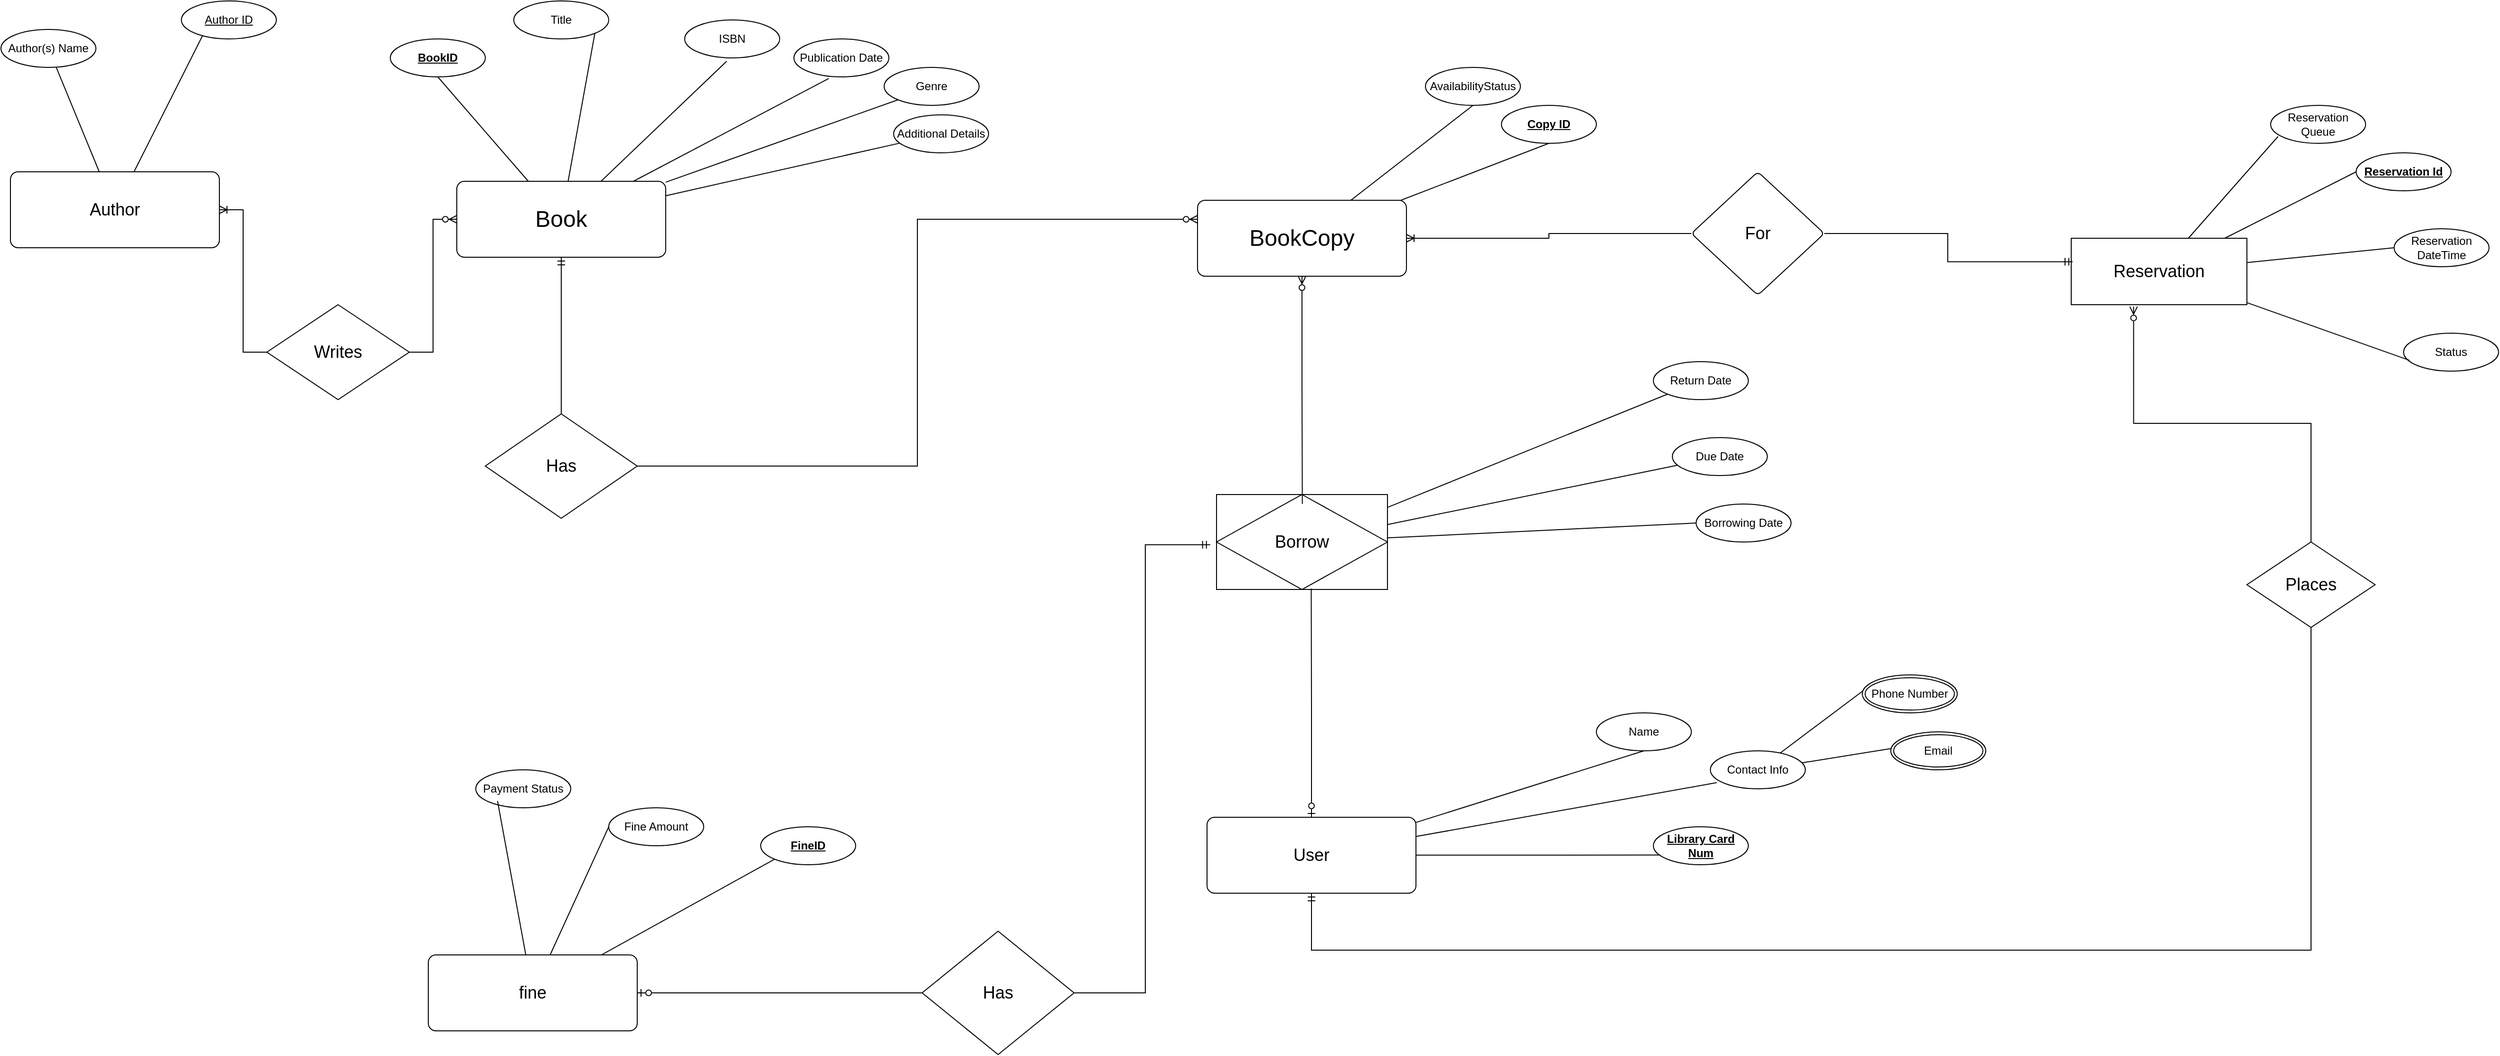
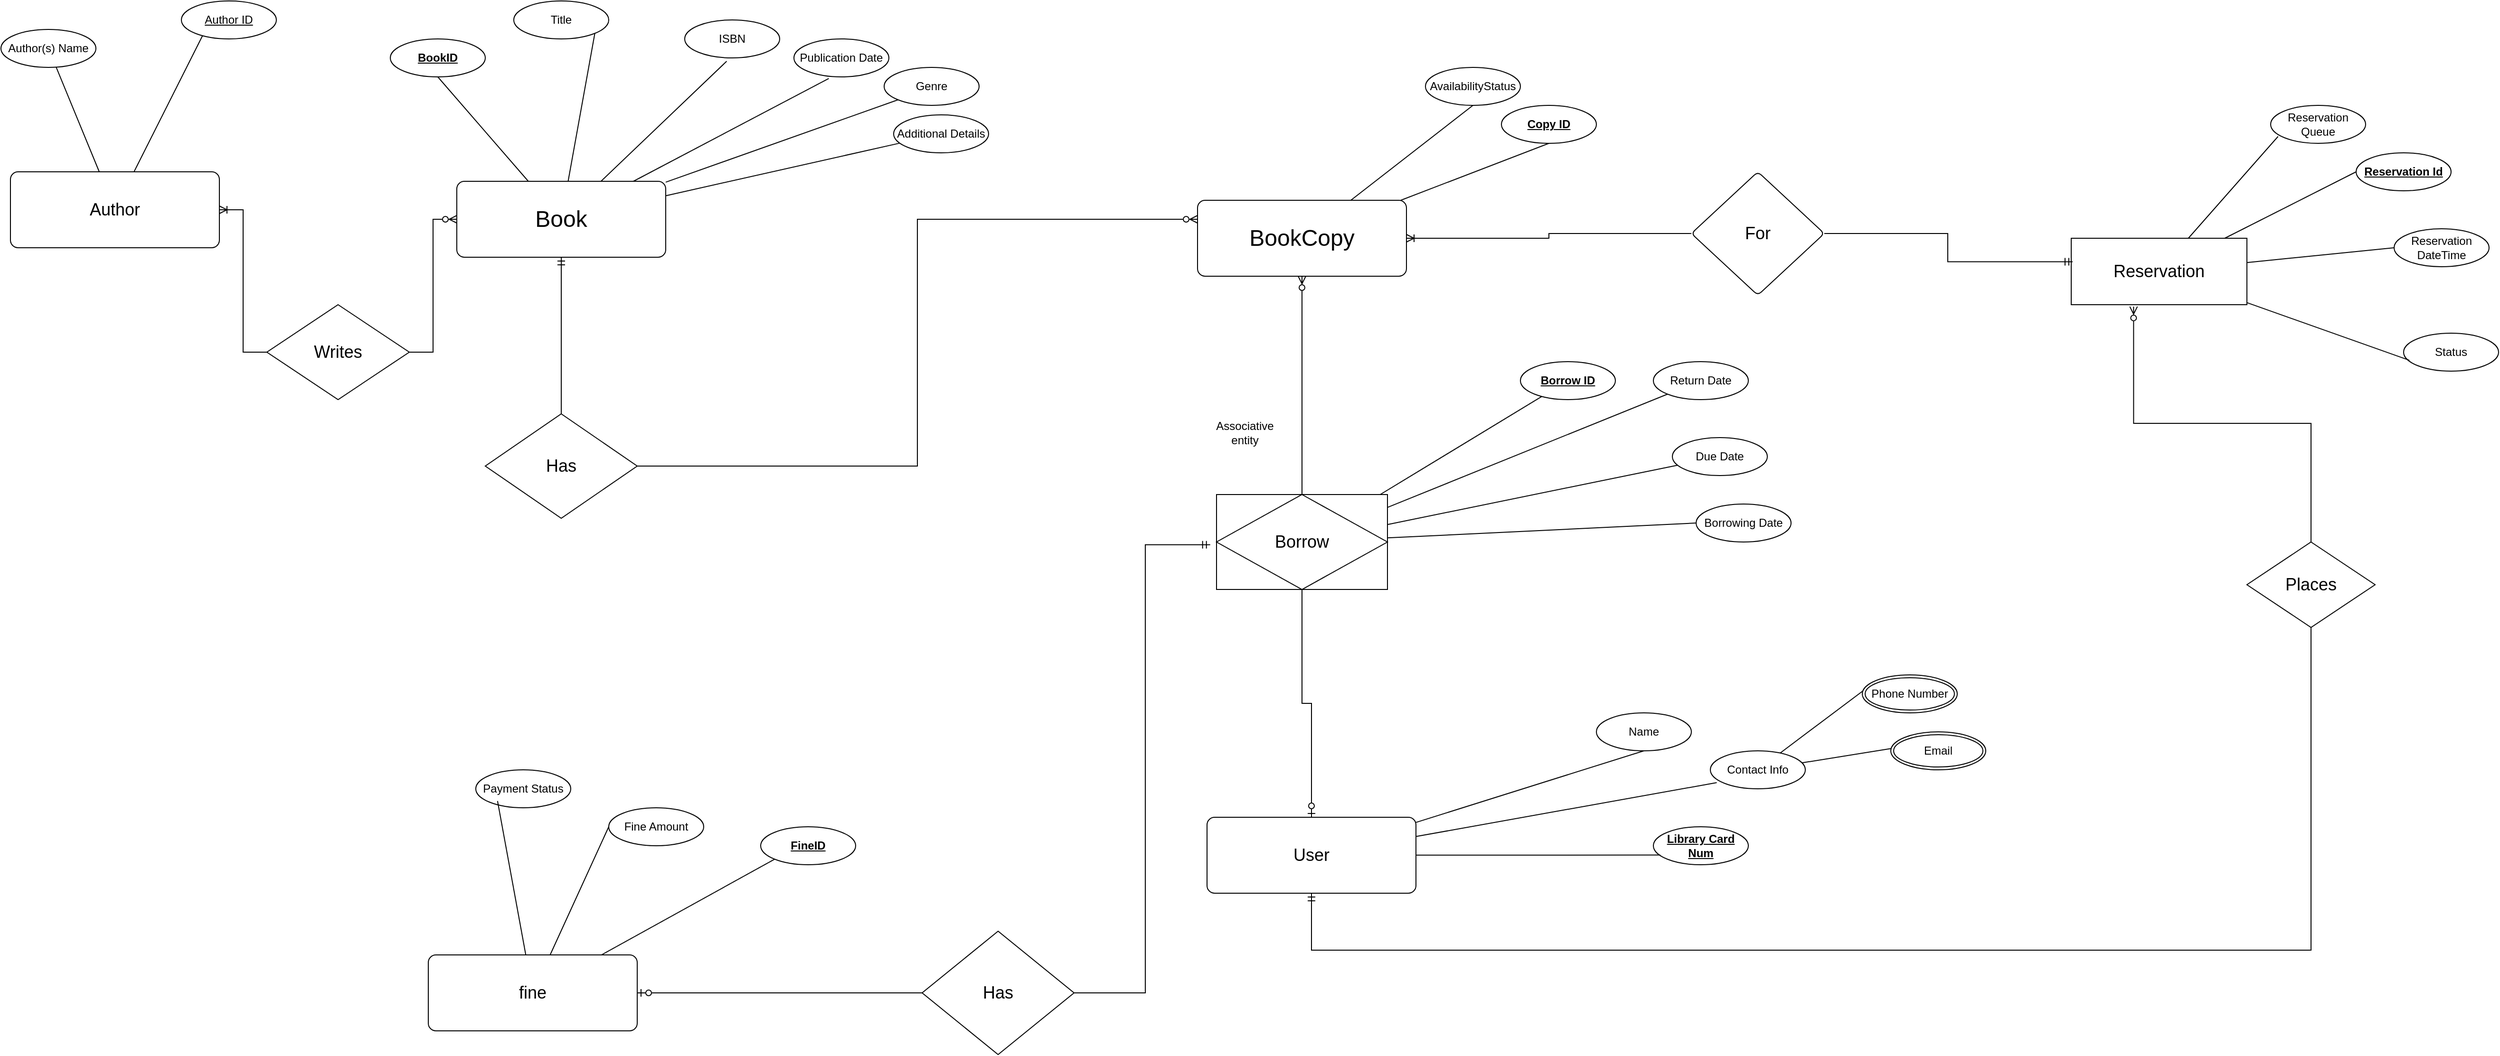
<mxfile host="app.diagrams.net">
  <diagram name="Page-1" id="B9Nwf9ZPLkXmfYra15Gt">
-     <mxGraphModel dx="2069" dy="1680" grid="1" gridSize="10" guides="1" tooltips="1" connect="1" arrows="1" fold="1" page="1" pageScale="1" pageWidth="850" pageHeight="1100" math="0" shadow="0">
+     <mxGraphModel dx="1857" dy="1579" grid="1" gridSize="10" guides="1" tooltips="1" connect="1" arrows="1" fold="1" page="1" pageScale="1" pageWidth="850" pageHeight="1100" math="0" shadow="0">
      <root>
        <mxCell id="0" />
        <mxCell id="1" parent="0" />
        <mxCell id="yqGJgnaFVJ7uCynHO3OM-8" edge="1" parent="1" source="yqGJgnaFVJ7uCynHO3OM-1" style="rounded=0;orthogonalLoop=1;jettySize=auto;html=1;entryX=0.5;entryY=1;entryDx=0;entryDy=0;endArrow=none;endFill=0;" target="yqGJgnaFVJ7uCynHO3OM-7">
          <mxGeometry relative="1" as="geometry" />
        </mxCell>
        <mxCell id="yqGJgnaFVJ7uCynHO3OM-9" edge="1" parent="1" source="yqGJgnaFVJ7uCynHO3OM-1" style="rounded=0;orthogonalLoop=1;jettySize=auto;html=1;entryX=1;entryY=1;entryDx=0;entryDy=0;endArrow=none;endFill=0;" target="yqGJgnaFVJ7uCynHO3OM-6">
          <mxGeometry relative="1" as="geometry" />
        </mxCell>
        <mxCell id="yqGJgnaFVJ7uCynHO3OM-14" edge="1" parent="1" source="yqGJgnaFVJ7uCynHO3OM-1" style="rounded=0;orthogonalLoop=1;jettySize=auto;html=1;entryX=0;entryY=1;entryDx=0;entryDy=0;endArrow=none;endFill=0;" target="yqGJgnaFVJ7uCynHO3OM-5">
          <mxGeometry relative="1" as="geometry" />
        </mxCell>
        <mxCell id="yqGJgnaFVJ7uCynHO3OM-16" edge="1" parent="1" source="yqGJgnaFVJ7uCynHO3OM-1" style="rounded=0;orthogonalLoop=1;jettySize=auto;html=1;endArrow=none;endFill=0;" target="yqGJgnaFVJ7uCynHO3OM-15">
          <mxGeometry relative="1" as="geometry" />
        </mxCell>
        <mxCell id="yqGJgnaFVJ7uCynHO3OM-65" edge="1" parent="1" source="yqGJgnaFVJ7uCynHO3OM-1" style="edgeStyle=orthogonalEdgeStyle;rounded=0;orthogonalLoop=1;jettySize=auto;html=1;startArrow=ERmandOne;startFill=0;endArrow=none;endFill=0;" target="yqGJgnaFVJ7uCynHO3OM-64">
          <mxGeometry relative="1" as="geometry" />
        </mxCell>
        <mxCell id="yqGJgnaFVJ7uCynHO3OM-1" parent="1" style="rounded=1;arcSize=10;whiteSpace=wrap;html=1;align=center;" value="&lt;font style=&quot;font-size: 24px;&quot;&gt;Book&lt;/font&gt;" vertex="1">
          <mxGeometry height="80" width="220" x="-30" y="110" as="geometry" />
        </mxCell>
        <mxCell id="yqGJgnaFVJ7uCynHO3OM-2" parent="1" style="ellipse;whiteSpace=wrap;html=1;align=center;" value="Author(s) Name" vertex="1">
          <mxGeometry height="40" width="100" x="-510" y="-50" as="geometry" />
        </mxCell>
        <mxCell id="yqGJgnaFVJ7uCynHO3OM-3" parent="1" style="ellipse;whiteSpace=wrap;html=1;align=center;" value="ISBN" vertex="1">
          <mxGeometry height="40" width="100" x="210" y="-60" as="geometry" />
        </mxCell>
        <mxCell id="yqGJgnaFVJ7uCynHO3OM-4" parent="1" style="ellipse;whiteSpace=wrap;html=1;align=center;" value="Publication Date" vertex="1">
          <mxGeometry height="40" width="100" x="325" y="-40" as="geometry" />
        </mxCell>
        <mxCell id="yqGJgnaFVJ7uCynHO3OM-5" parent="1" style="ellipse;whiteSpace=wrap;html=1;align=center;" value="Genre" vertex="1">
          <mxGeometry height="40" width="100" x="420" y="-10" as="geometry" />
        </mxCell>
        <mxCell id="yqGJgnaFVJ7uCynHO3OM-6" parent="1" style="ellipse;whiteSpace=wrap;html=1;align=center;" value="Title" vertex="1">
          <mxGeometry height="40" width="100" x="30" y="-80" as="geometry" />
        </mxCell>
        <mxCell id="yqGJgnaFVJ7uCynHO3OM-7" parent="1" style="ellipse;whiteSpace=wrap;html=1;align=center;" value="&lt;b&gt;&lt;u&gt;BookID&lt;/u&gt;&lt;/b&gt;" vertex="1">
          <mxGeometry height="40" width="100" x="-100" y="-40" as="geometry" />
        </mxCell>
        <mxCell id="yqGJgnaFVJ7uCynHO3OM-12" edge="1" parent="1" source="yqGJgnaFVJ7uCynHO3OM-1" style="rounded=0;orthogonalLoop=1;jettySize=auto;html=1;entryX=0.442;entryY=1.088;entryDx=0;entryDy=0;entryPerimeter=0;endArrow=none;endFill=0;" target="yqGJgnaFVJ7uCynHO3OM-3">
          <mxGeometry relative="1" as="geometry" />
        </mxCell>
        <mxCell id="yqGJgnaFVJ7uCynHO3OM-13" edge="1" parent="1" source="yqGJgnaFVJ7uCynHO3OM-1" style="rounded=0;orthogonalLoop=1;jettySize=auto;html=1;entryX=0.367;entryY=1.041;entryDx=0;entryDy=0;entryPerimeter=0;endArrow=none;endFill=0;" target="yqGJgnaFVJ7uCynHO3OM-4">
          <mxGeometry relative="1" as="geometry" />
        </mxCell>
        <mxCell id="yqGJgnaFVJ7uCynHO3OM-15" parent="1" style="ellipse;whiteSpace=wrap;html=1;align=center;" value="&lt;div&gt;Additional Details&lt;/div&gt;" vertex="1">
          <mxGeometry height="40" width="100" x="430" y="40" as="geometry" />
        </mxCell>
        <mxCell id="yqGJgnaFVJ7uCynHO3OM-19" edge="1" parent="1" source="yqGJgnaFVJ7uCynHO3OM-17" style="rounded=0;orthogonalLoop=1;jettySize=auto;html=1;entryX=0.5;entryY=1;entryDx=0;entryDy=0;endArrow=none;endFill=0;" target="yqGJgnaFVJ7uCynHO3OM-18">
          <mxGeometry relative="1" as="geometry" />
        </mxCell>
        <mxCell id="yqGJgnaFVJ7uCynHO3OM-21" edge="1" parent="1" source="yqGJgnaFVJ7uCynHO3OM-17" style="rounded=0;orthogonalLoop=1;jettySize=auto;html=1;entryX=0.5;entryY=1;entryDx=0;entryDy=0;endArrow=none;endFill=0;" target="yqGJgnaFVJ7uCynHO3OM-20">
          <mxGeometry relative="1" as="geometry" />
        </mxCell>
        <mxCell id="yqGJgnaFVJ7uCynHO3OM-77" edge="1" parent="1" source="yqGJgnaFVJ7uCynHO3OM-17" style="edgeStyle=orthogonalEdgeStyle;rounded=0;orthogonalLoop=1;jettySize=auto;html=1;endArrow=none;endFill=0;startArrow=ERoneToMany;startFill=0;" target="yqGJgnaFVJ7uCynHO3OM-76" value="">
          <mxGeometry relative="1" as="geometry" />
        </mxCell>
        <mxCell id="yqGJgnaFVJ7uCynHO3OM-17" parent="1" style="rounded=1;arcSize=10;whiteSpace=wrap;html=1;align=center;" value="&lt;font style=&quot;font-size: 24px;&quot;&gt;BookCopy&lt;/font&gt;" vertex="1">
          <mxGeometry height="80" width="220" x="750" y="130" as="geometry" />
        </mxCell>
        <mxCell id="yqGJgnaFVJ7uCynHO3OM-18" parent="1" style="ellipse;whiteSpace=wrap;html=1;align=center;" value="&lt;u&gt;&lt;b&gt;Copy ID&lt;/b&gt;&lt;/u&gt;" vertex="1">
          <mxGeometry height="40" width="100" x="1070" y="30" as="geometry" />
        </mxCell>
        <mxCell id="yqGJgnaFVJ7uCynHO3OM-20" parent="1" style="ellipse;whiteSpace=wrap;html=1;align=center;" value="&lt;div&gt;AvailabilityStatus &lt;/div&gt;" vertex="1">
          <mxGeometry height="40" width="100" x="990" y="-10" as="geometry" />
        </mxCell>
        <mxCell id="yqGJgnaFVJ7uCynHO3OM-24" edge="1" parent="1" source="yqGJgnaFVJ7uCynHO3OM-22" style="rounded=0;orthogonalLoop=1;jettySize=auto;html=1;entryX=0.5;entryY=1;entryDx=0;entryDy=0;endArrow=none;endFill=0;" target="yqGJgnaFVJ7uCynHO3OM-23">
          <mxGeometry relative="1" as="geometry" />
        </mxCell>
        <mxCell id="yqGJgnaFVJ7uCynHO3OM-62" edge="1" parent="1" source="yqGJgnaFVJ7uCynHO3OM-33" style="edgeStyle=orthogonalEdgeStyle;rounded=0;orthogonalLoop=1;jettySize=auto;html=1;entryX=1;entryY=0.5;entryDx=0;entryDy=0;endArrow=none;endFill=0;startArrow=ERmandOne;startFill=0;exitX=-0.037;exitY=0.529;exitDx=0;exitDy=0;exitPerimeter=0;" target="yqGJgnaFVJ7uCynHO3OM-61">
          <mxGeometry relative="1" as="geometry" />
        </mxCell>
        <mxCell id="yqGJgnaFVJ7uCynHO3OM-90" edge="1" parent="1" source="yqGJgnaFVJ7uCynHO3OM-22" style="edgeStyle=orthogonalEdgeStyle;rounded=0;orthogonalLoop=1;jettySize=auto;html=1;entryX=0.5;entryY=1;entryDx=0;entryDy=0;endArrow=none;endFill=0;startArrow=ERmandOne;startFill=0;" target="yqGJgnaFVJ7uCynHO3OM-89">
          <mxGeometry relative="1" as="geometry">
            <Array as="points">
              <mxPoint x="870" y="920" />
              <mxPoint x="1922.55" y="920" />
            </Array>
          </mxGeometry>
        </mxCell>
        <mxCell id="yqGJgnaFVJ7uCynHO3OM-22" parent="1" style="rounded=1;arcSize=10;whiteSpace=wrap;html=1;align=center;" value="&lt;font style=&quot;font-size: 18px;&quot;&gt;User&lt;/font&gt;" vertex="1">
          <mxGeometry height="80" width="220" x="760" y="780" as="geometry" />
        </mxCell>
        <mxCell id="yqGJgnaFVJ7uCynHO3OM-23" parent="1" style="ellipse;whiteSpace=wrap;html=1;align=center;" value="Name" vertex="1">
          <mxGeometry height="40" width="100" x="1170" y="670" as="geometry" />
        </mxCell>
        <mxCell id="yqGJgnaFVJ7uCynHO3OM-44" edge="1" parent="1" source="yqGJgnaFVJ7uCynHO3OM-26" style="rounded=0;orthogonalLoop=1;jettySize=auto;html=1;endArrow=none;endFill=0;entryX=0.005;entryY=0.425;entryDx=0;entryDy=0;entryPerimeter=0;" target="uUi9bw1wtk8PfAUnjRbH-2" value="">
          <mxGeometry relative="1" as="geometry">
            <mxPoint x="1419.6446614452443" y="658.2676115234988" as="targetPoint" />
          </mxGeometry>
        </mxCell>
        <mxCell id="yqGJgnaFVJ7uCynHO3OM-26" parent="1" style="ellipse;whiteSpace=wrap;html=1;align=center;" value="Contact Info" vertex="1">
          <mxGeometry height="40" width="100" x="1290" y="710" as="geometry" />
        </mxCell>
        <mxCell id="yqGJgnaFVJ7uCynHO3OM-29" edge="1" parent="1" source="yqGJgnaFVJ7uCynHO3OM-22" style="rounded=0;orthogonalLoop=1;jettySize=auto;html=1;entryX=0.067;entryY=0.838;entryDx=0;entryDy=0;entryPerimeter=0;endArrow=none;endFill=0;" target="yqGJgnaFVJ7uCynHO3OM-26">
          <mxGeometry relative="1" as="geometry" />
        </mxCell>
        <mxCell id="yqGJgnaFVJ7uCynHO3OM-30" parent="1" style="ellipse;whiteSpace=wrap;html=1;align=center;" value="&lt;u&gt;&lt;b&gt;Library Card Num&lt;/b&gt;&lt;/u&gt;" vertex="1">
          <mxGeometry height="40" width="100" x="1230" y="790" as="geometry" />
        </mxCell>
        <mxCell id="yqGJgnaFVJ7uCynHO3OM-31" edge="1" parent="1" source="yqGJgnaFVJ7uCynHO3OM-22" style="rounded=0;orthogonalLoop=1;jettySize=auto;html=1;entryX=0.073;entryY=0.744;entryDx=0;entryDy=0;entryPerimeter=0;endArrow=none;endFill=0;" target="yqGJgnaFVJ7uCynHO3OM-30">
          <mxGeometry relative="1" as="geometry" />
        </mxCell>
        <mxCell id="yqGJgnaFVJ7uCynHO3OM-48" edge="1" parent="1" source="yqGJgnaFVJ7uCynHO3OM-33" style="rounded=0;orthogonalLoop=1;jettySize=auto;html=1;endArrow=none;endFill=0;" target="yqGJgnaFVJ7uCynHO3OM-40">
          <mxGeometry relative="1" as="geometry" />
        </mxCell>
        <mxCell id="yqGJgnaFVJ7uCynHO3OM-49" edge="1" parent="1" source="yqGJgnaFVJ7uCynHO3OM-33" style="rounded=0;orthogonalLoop=1;jettySize=auto;html=1;endArrow=none;endFill=0;" target="yqGJgnaFVJ7uCynHO3OM-36">
          <mxGeometry relative="1" as="geometry" />
        </mxCell>
+         <mxCell id="uUi9bw1wtk8PfAUnjRbH-9" edge="1" parent="1" source="yqGJgnaFVJ7uCynHO3OM-33" style="rounded=0;orthogonalLoop=1;jettySize=auto;html=1;endArrow=none;endFill=0;" target="uUi9bw1wtk8PfAUnjRbH-8">
+           <mxGeometry relative="1" as="geometry" />
+         </mxCell>
        <mxCell id="yqGJgnaFVJ7uCynHO3OM-33" parent="1" style="shape=associativeEntity;whiteSpace=wrap;html=1;align=center;" value="&lt;font style=&quot;font-size: 18px;&quot;&gt;Borrow&lt;/font&gt;" vertex="1">
          <mxGeometry height="100" width="180" x="770" y="440" as="geometry" />
        </mxCell>
        <mxCell id="yqGJgnaFVJ7uCynHO3OM-36" parent="1" style="ellipse;whiteSpace=wrap;html=1;align=center;" value="Return Date" vertex="1">
          <mxGeometry height="40" width="100" x="1230" y="300" as="geometry" />
        </mxCell>
        <mxCell id="yqGJgnaFVJ7uCynHO3OM-39" parent="1" style="ellipse;whiteSpace=wrap;html=1;align=center;" value="Borrowing Date" vertex="1">
          <mxGeometry height="40" width="100" x="1275" y="450" as="geometry" />
        </mxCell>
        <mxCell id="yqGJgnaFVJ7uCynHO3OM-40" parent="1" style="ellipse;whiteSpace=wrap;html=1;align=center;" value="Due Date" vertex="1">
          <mxGeometry height="40" width="100" x="1250" y="380" as="geometry" />
        </mxCell>
        <mxCell id="yqGJgnaFVJ7uCynHO3OM-46" edge="1" parent="1" source="yqGJgnaFVJ7uCynHO3OM-26" style="rounded=0;orthogonalLoop=1;jettySize=auto;html=1;entryX=0.063;entryY=0.415;entryDx=0;entryDy=0;entryPerimeter=0;endArrow=none;endFill=0;" target="uUi9bw1wtk8PfAUnjRbH-1">
          <mxGeometry relative="1" as="geometry">
            <mxPoint x="1509.1999999999998" y="696.6399999999999" as="targetPoint" />
          </mxGeometry>
        </mxCell>
        <mxCell id="yqGJgnaFVJ7uCynHO3OM-47" edge="1" parent="1" source="yqGJgnaFVJ7uCynHO3OM-33" style="rounded=0;orthogonalLoop=1;jettySize=auto;html=1;entryX=0;entryY=0.5;entryDx=0;entryDy=0;endArrow=none;endFill=0;" target="yqGJgnaFVJ7uCynHO3OM-39">
          <mxGeometry relative="1" as="geometry" />
        </mxCell>
        <mxCell id="yqGJgnaFVJ7uCynHO3OM-54" edge="1" parent="1" source="yqGJgnaFVJ7uCynHO3OM-50" style="rounded=0;orthogonalLoop=1;jettySize=auto;html=1;entryX=0;entryY=0.5;entryDx=0;entryDy=0;endArrow=none;endFill=0;" target="yqGJgnaFVJ7uCynHO3OM-53">
          <mxGeometry relative="1" as="geometry" />
        </mxCell>
        <mxCell id="yqGJgnaFVJ7uCynHO3OM-87" edge="1" parent="1" source="yqGJgnaFVJ7uCynHO3OM-50" style="rounded=0;orthogonalLoop=1;jettySize=auto;html=1;entryX=0;entryY=1;entryDx=0;entryDy=0;endArrow=none;endFill=0;" target="yqGJgnaFVJ7uCynHO3OM-86">
          <mxGeometry relative="1" as="geometry" />
        </mxCell>
        <mxCell id="yqGJgnaFVJ7uCynHO3OM-50" parent="1" style="rounded=1;arcSize=10;whiteSpace=wrap;html=1;align=center;" value="&lt;font style=&quot;font-size: 18px;&quot;&gt;fine&lt;/font&gt;" vertex="1">
          <mxGeometry height="80" width="220" x="-60" y="925" as="geometry" />
        </mxCell>
        <mxCell id="yqGJgnaFVJ7uCynHO3OM-51" parent="1" style="ellipse;whiteSpace=wrap;html=1;align=center;" value="Payment Status" vertex="1">
          <mxGeometry height="40" width="100" x="-10" y="730" as="geometry" />
        </mxCell>
        <mxCell id="yqGJgnaFVJ7uCynHO3OM-52" edge="1" parent="1" source="yqGJgnaFVJ7uCynHO3OM-50" style="rounded=0;orthogonalLoop=1;jettySize=auto;html=1;entryX=0.229;entryY=0.822;entryDx=0;entryDy=0;entryPerimeter=0;endArrow=none;endFill=0;" target="yqGJgnaFVJ7uCynHO3OM-51">
          <mxGeometry relative="1" as="geometry" />
        </mxCell>
        <mxCell id="yqGJgnaFVJ7uCynHO3OM-53" parent="1" style="ellipse;whiteSpace=wrap;html=1;align=center;" value="Fine Amount" vertex="1">
          <mxGeometry height="40" width="100" x="130" y="770" as="geometry" />
        </mxCell>
-         <mxCell id="yqGJgnaFVJ7uCynHO3OM-57" edge="1" parent="1" source="yqGJgnaFVJ7uCynHO3OM-22" style="edgeStyle=orthogonalEdgeStyle;rounded=0;orthogonalLoop=1;jettySize=auto;html=1;entryX=0.554;entryY=0.991;entryDx=0;entryDy=0;entryPerimeter=0;endArrow=none;endFill=0;startArrow=ERzeroToOne;startFill=0;" target="yqGJgnaFVJ7uCynHO3OM-33">
-           <mxGeometry relative="1" as="geometry" />
-         </mxCell>
-         <mxCell id="yqGJgnaFVJ7uCynHO3OM-59" edge="1" parent="1" source="yqGJgnaFVJ7uCynHO3OM-17" style="edgeStyle=orthogonalEdgeStyle;rounded=0;orthogonalLoop=1;jettySize=auto;html=1;entryX=0.502;entryY=0.099;entryDx=0;entryDy=0;entryPerimeter=0;endArrow=none;endFill=0;startArrow=ERzeroToMany;startFill=0;" target="yqGJgnaFVJ7uCynHO3OM-33">
+         <mxCell id="yqGJgnaFVJ7uCynHO3OM-57" edge="1" parent="1" source="yqGJgnaFVJ7uCynHO3OM-22" style="edgeStyle=orthogonalEdgeStyle;rounded=0;orthogonalLoop=1;jettySize=auto;html=1;entryX=0.5;entryY=1;entryDx=0;entryDy=0;endArrow=none;endFill=0;startArrow=ERzeroToOne;startFill=0;" target="yqGJgnaFVJ7uCynHO3OM-33">
+           <mxGeometry relative="1" as="geometry" />
+         </mxCell>
+         <mxCell id="yqGJgnaFVJ7uCynHO3OM-59" edge="1" parent="1" source="yqGJgnaFVJ7uCynHO3OM-17" style="edgeStyle=orthogonalEdgeStyle;rounded=0;orthogonalLoop=1;jettySize=auto;html=1;entryX=0.5;entryY=0;entryDx=0;entryDy=0;endArrow=none;endFill=0;startArrow=ERzeroToMany;startFill=0;" target="yqGJgnaFVJ7uCynHO3OM-33">
          <mxGeometry relative="1" as="geometry" />
        </mxCell>
        <mxCell id="yqGJgnaFVJ7uCynHO3OM-63" edge="1" parent="1" source="yqGJgnaFVJ7uCynHO3OM-61" style="edgeStyle=orthogonalEdgeStyle;rounded=0;orthogonalLoop=1;jettySize=auto;html=1;entryX=1;entryY=0.5;entryDx=0;entryDy=0;endArrow=ERzeroToOne;endFill=0;startArrow=none;startFill=0;" target="yqGJgnaFVJ7uCynHO3OM-50">
          <mxGeometry relative="1" as="geometry" />
        </mxCell>
        <mxCell id="yqGJgnaFVJ7uCynHO3OM-61" parent="1" style="shape=rhombus;perimeter=rhombusPerimeter;whiteSpace=wrap;html=1;align=center;" value="&lt;font style=&quot;font-size: 18px;&quot;&gt;Has&lt;/font&gt;" vertex="1">
          <mxGeometry height="130" width="160" x="460" y="900" as="geometry" />
        </mxCell>
        <mxCell id="yqGJgnaFVJ7uCynHO3OM-66" edge="1" parent="1" source="yqGJgnaFVJ7uCynHO3OM-64" style="edgeStyle=orthogonalEdgeStyle;rounded=0;orthogonalLoop=1;jettySize=auto;html=1;entryX=0;entryY=0.25;entryDx=0;entryDy=0;endArrow=ERzeroToMany;endFill=0;" target="yqGJgnaFVJ7uCynHO3OM-17">
          <mxGeometry relative="1" as="geometry" />
        </mxCell>
        <mxCell id="yqGJgnaFVJ7uCynHO3OM-64" parent="1" style="shape=rhombus;perimeter=rhombusPerimeter;whiteSpace=wrap;html=1;align=center;" value="&lt;font style=&quot;font-size: 18px;&quot;&gt;Has&lt;/font&gt;" vertex="1">
          <mxGeometry height="110" width="160" y="355" as="geometry" />
        </mxCell>
        <mxCell id="yqGJgnaFVJ7uCynHO3OM-70" edge="1" parent="1" source="yqGJgnaFVJ7uCynHO3OM-68" style="rounded=0;orthogonalLoop=1;jettySize=auto;html=1;entryX=0;entryY=0.5;entryDx=0;entryDy=0;endArrow=none;endFill=0;" target="yqGJgnaFVJ7uCynHO3OM-69">
          <mxGeometry relative="1" as="geometry" />
        </mxCell>
        <mxCell id="yqGJgnaFVJ7uCynHO3OM-68" parent="1" style="whiteSpace=wrap;html=1;" value="&lt;font style=&quot;font-size: 18px;&quot;&gt;Reservation&lt;/font&gt;" vertex="1">
          <mxGeometry height="70" width="185" x="1670" y="170" as="geometry" />
        </mxCell>
        <mxCell id="yqGJgnaFVJ7uCynHO3OM-69" parent="1" style="ellipse;whiteSpace=wrap;html=1;align=center;" value="&lt;b&gt;&lt;u&gt;Reservation Id&lt;/u&gt;&lt;/b&gt;" vertex="1">
          <mxGeometry height="40" width="100" x="1970" y="80" as="geometry" />
        </mxCell>
        <mxCell id="yqGJgnaFVJ7uCynHO3OM-71" parent="1" style="ellipse;whiteSpace=wrap;html=1;align=center;" value="Reservation DateTime" vertex="1">
          <mxGeometry height="40" width="100" x="2010" y="160" as="geometry" />
        </mxCell>
        <mxCell id="yqGJgnaFVJ7uCynHO3OM-72" edge="1" parent="1" source="yqGJgnaFVJ7uCynHO3OM-68" style="rounded=0;orthogonalLoop=1;jettySize=auto;html=1;entryX=0;entryY=0.5;entryDx=0;entryDy=0;endArrow=none;endFill=0;" target="yqGJgnaFVJ7uCynHO3OM-71">
          <mxGeometry relative="1" as="geometry" />
        </mxCell>
        <mxCell id="yqGJgnaFVJ7uCynHO3OM-74" parent="1" style="ellipse;whiteSpace=wrap;html=1;align=center;" value="Status" vertex="1">
          <mxGeometry height="40" width="100" x="2020" y="270" as="geometry" />
        </mxCell>
        <mxCell id="yqGJgnaFVJ7uCynHO3OM-75" edge="1" parent="1" source="yqGJgnaFVJ7uCynHO3OM-68" style="rounded=0;orthogonalLoop=1;jettySize=auto;html=1;entryX=0.061;entryY=0.714;entryDx=0;entryDy=0;entryPerimeter=0;endArrow=none;endFill=0;" target="yqGJgnaFVJ7uCynHO3OM-74">
          <mxGeometry relative="1" as="geometry" />
        </mxCell>
        <mxCell id="yqGJgnaFVJ7uCynHO3OM-76" parent="1" style="rhombus;whiteSpace=wrap;html=1;rounded=1;arcSize=10;" value="&lt;font style=&quot;font-size: 18px;&quot;&gt;For&lt;/font&gt;" vertex="1">
          <mxGeometry height="130" width="140" x="1270" y="100" as="geometry" />
        </mxCell>
        <mxCell id="yqGJgnaFVJ7uCynHO3OM-78" edge="1" parent="1" source="yqGJgnaFVJ7uCynHO3OM-76" style="edgeStyle=orthogonalEdgeStyle;rounded=0;orthogonalLoop=1;jettySize=auto;html=1;entryX=0.008;entryY=0.353;entryDx=0;entryDy=0;entryPerimeter=0;endArrow=ERmandOne;endFill=0;" target="yqGJgnaFVJ7uCynHO3OM-68">
          <mxGeometry relative="1" as="geometry" />
        </mxCell>
        <mxCell id="yqGJgnaFVJ7uCynHO3OM-80" edge="1" parent="1" source="yqGJgnaFVJ7uCynHO3OM-79" style="rounded=0;orthogonalLoop=1;jettySize=auto;html=1;endArrow=none;endFill=0;" target="yqGJgnaFVJ7uCynHO3OM-2">
          <mxGeometry relative="1" as="geometry" />
        </mxCell>
        <mxCell id="yqGJgnaFVJ7uCynHO3OM-84" edge="1" parent="1" source="yqGJgnaFVJ7uCynHO3OM-79" style="edgeStyle=orthogonalEdgeStyle;rounded=0;orthogonalLoop=1;jettySize=auto;html=1;entryX=0;entryY=0.5;entryDx=0;entryDy=0;endArrow=none;endFill=0;startArrow=ERoneToMany;startFill=0;" target="yqGJgnaFVJ7uCynHO3OM-83">
          <mxGeometry relative="1" as="geometry" />
        </mxCell>
        <mxCell id="yqGJgnaFVJ7uCynHO3OM-79" parent="1" style="rounded=1;arcSize=10;whiteSpace=wrap;html=1;align=center;" value="&lt;font style=&quot;font-size: 18px;&quot;&gt;Author&lt;/font&gt;" vertex="1">
          <mxGeometry height="80" width="220" x="-500" y="100" as="geometry" />
        </mxCell>
        <mxCell id="yqGJgnaFVJ7uCynHO3OM-81" parent="1" style="ellipse;whiteSpace=wrap;html=1;align=center;" value="&lt;u&gt;Author ID&lt;/u&gt;" vertex="1">
          <mxGeometry height="40" width="100" x="-320" y="-80" as="geometry" />
        </mxCell>
        <mxCell id="yqGJgnaFVJ7uCynHO3OM-82" edge="1" parent="1" source="yqGJgnaFVJ7uCynHO3OM-79" style="rounded=0;orthogonalLoop=1;jettySize=auto;html=1;entryX=0.222;entryY=0.918;entryDx=0;entryDy=0;entryPerimeter=0;endArrow=none;endFill=0;" target="yqGJgnaFVJ7uCynHO3OM-81">
          <mxGeometry relative="1" as="geometry" />
        </mxCell>
        <mxCell id="yqGJgnaFVJ7uCynHO3OM-85" edge="1" parent="1" source="yqGJgnaFVJ7uCynHO3OM-83" style="edgeStyle=orthogonalEdgeStyle;rounded=0;orthogonalLoop=1;jettySize=auto;html=1;entryX=0;entryY=0.5;entryDx=0;entryDy=0;endArrow=ERzeroToMany;endFill=0;" target="yqGJgnaFVJ7uCynHO3OM-1">
          <mxGeometry relative="1" as="geometry" />
        </mxCell>
        <mxCell id="yqGJgnaFVJ7uCynHO3OM-83" parent="1" style="shape=rhombus;perimeter=rhombusPerimeter;whiteSpace=wrap;html=1;align=center;" value="&lt;font style=&quot;font-size: 18px;&quot;&gt;Writes&lt;/font&gt;" vertex="1">
          <mxGeometry height="100" width="150" x="-230" y="240" as="geometry" />
        </mxCell>
        <mxCell id="yqGJgnaFVJ7uCynHO3OM-86" parent="1" style="ellipse;whiteSpace=wrap;html=1;align=center;" value="&lt;b&gt;&lt;u&gt;FineID&lt;/u&gt;&lt;/b&gt;" vertex="1">
          <mxGeometry height="40" width="100" x="290" y="790" as="geometry" />
        </mxCell>
        <mxCell id="yqGJgnaFVJ7uCynHO3OM-89" parent="1" style="shape=rhombus;perimeter=rhombusPerimeter;whiteSpace=wrap;html=1;align=center;" value="&lt;font style=&quot;font-size: 18px;&quot;&gt;Places&lt;/font&gt;" vertex="1">
          <mxGeometry height="90" width="135" x="1855" y="490" as="geometry" />
        </mxCell>
        <mxCell id="yqGJgnaFVJ7uCynHO3OM-91" edge="1" parent="1" source="yqGJgnaFVJ7uCynHO3OM-89" style="edgeStyle=orthogonalEdgeStyle;rounded=0;orthogonalLoop=1;jettySize=auto;html=1;entryX=0.355;entryY=1.028;entryDx=0;entryDy=0;entryPerimeter=0;endArrow=ERzeroToMany;endFill=0;startArrow=none;startFill=0;" target="yqGJgnaFVJ7uCynHO3OM-68">
          <mxGeometry relative="1" as="geometry" />
        </mxCell>
        <mxCell id="uUi9bw1wtk8PfAUnjRbH-1" parent="1" style="ellipse;shape=doubleEllipse;margin=3;whiteSpace=wrap;html=1;align=center;" value="Email" vertex="1">
          <mxGeometry height="40" width="100" x="1480" y="690" as="geometry" />
        </mxCell>
        <mxCell id="uUi9bw1wtk8PfAUnjRbH-2" parent="1" style="ellipse;shape=doubleEllipse;margin=3;whiteSpace=wrap;html=1;align=center;" value="Phone Number" vertex="1">
          <mxGeometry height="40" width="100" x="1450" y="630" as="geometry" />
        </mxCell>
        <mxCell id="uUi9bw1wtk8PfAUnjRbH-3" parent="1" style="ellipse;whiteSpace=wrap;html=1;align=center;" value="Reservation Queue" vertex="1">
          <mxGeometry height="40" width="100" x="1880" y="30" as="geometry" />
        </mxCell>
        <mxCell id="uUi9bw1wtk8PfAUnjRbH-4" edge="1" parent="1" source="yqGJgnaFVJ7uCynHO3OM-68" style="rounded=0;orthogonalLoop=1;jettySize=auto;html=1;entryX=0.078;entryY=0.819;entryDx=0;entryDy=0;entryPerimeter=0;endArrow=none;endFill=0;" target="uUi9bw1wtk8PfAUnjRbH-3">
          <mxGeometry relative="1" as="geometry" />
+         </mxCell>
+         <mxCell id="uUi9bw1wtk8PfAUnjRbH-8" parent="1" style="ellipse;whiteSpace=wrap;html=1;align=center;" value="&lt;b&gt;&lt;u&gt;Borrow ID&lt;/u&gt;&lt;/b&gt;" vertex="1">
+           <mxGeometry height="40" width="100" x="1090" y="300" as="geometry" />
+         </mxCell>
+         <mxCell id="uUi9bw1wtk8PfAUnjRbH-10" parent="1" style="text;html=1;whiteSpace=wrap;strokeColor=none;fillColor=none;align=center;verticalAlign=middle;rounded=0;" value="Associative entity" vertex="1">
+           <mxGeometry height="30" width="60" x="770" y="360" as="geometry" />
        </mxCell>
      </root>
    </mxGraphModel>
  </diagram>
</mxfile>
